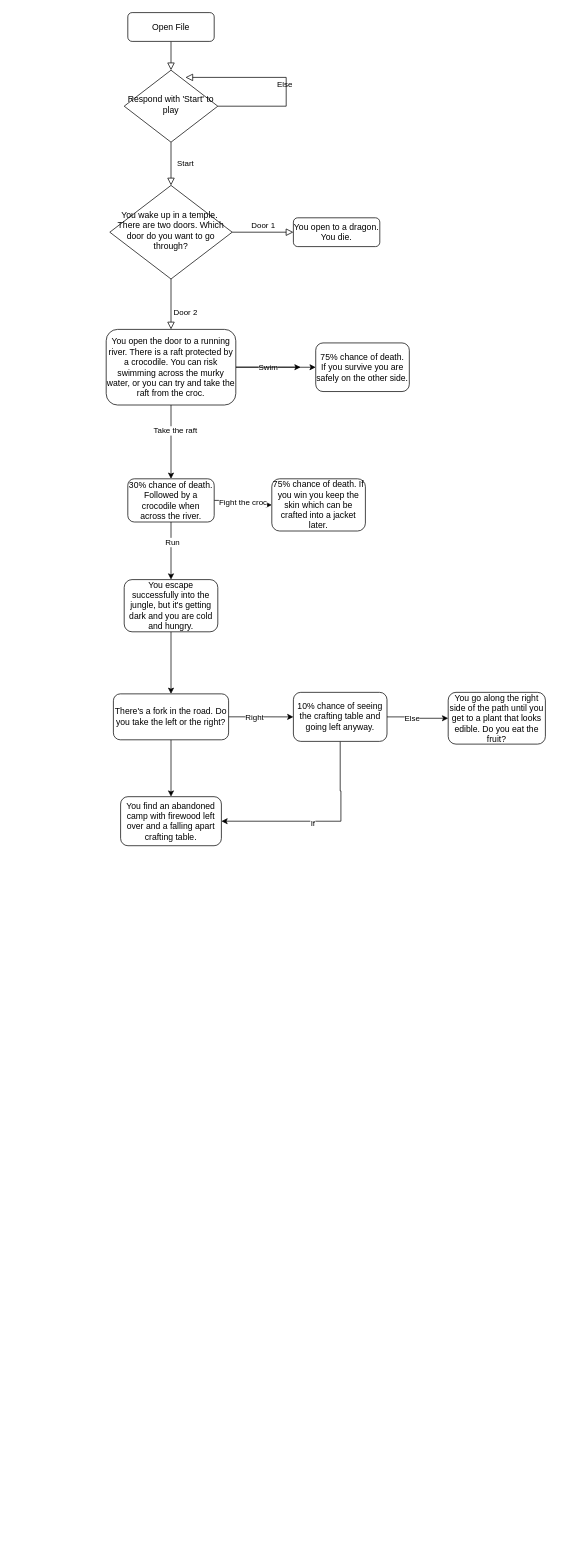
This is Untitled Diagram.drawio from mynameiskali/damorphh, a draw.io file, before an edit. Source tidied: cells renumbered, new cells numbered last; positions are measured from the earlier drawing's top-left corner, leaving out a move shared by most shapes. Both pictures are drawn from the tidied source at 72%, with x=0, y=0 at pixel (106, 12).
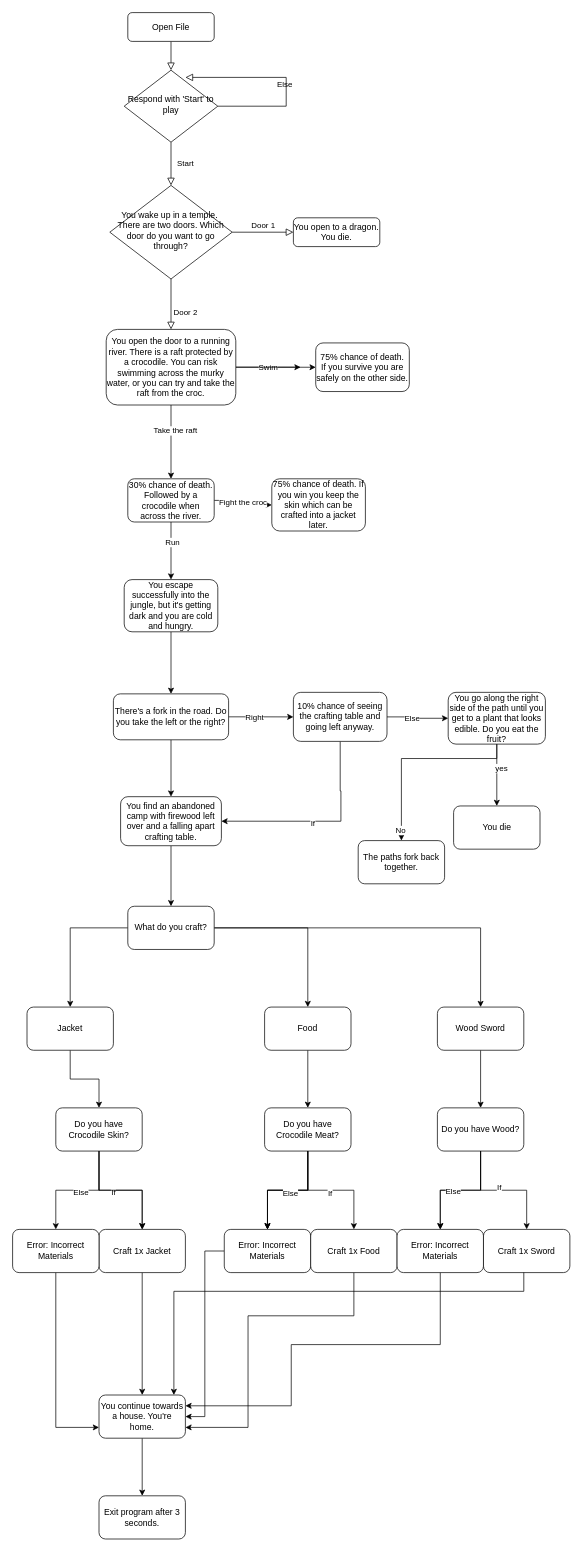
The same page after the edit.

Commit message:
Planning - Coding Class - Finished

Unchanged cells that the change refers to:
```xml
<mxCell id="33" value="You go along the right side of the path until you get to a plant that looks edible. Do you eat the fruit?" style="whiteSpace=wrap;html=1;rounded=1;glass=0;strokeWidth=1;shadow=0;" parent="1" vertex="1">
  <mxGeometry x="475" y="944.1" width="135" height="71.9" as="geometry" />
</mxCell>
<mxCell id="34" value="You find an abandoned camp with firewood left over and a falling apart crafting table." style="whiteSpace=wrap;html=1;rounded=1;glass=0;strokeWidth=1;shadow=0;" parent="1" vertex="1">
  <mxGeometry x="20" y="1089" width="140" height="68.1" as="geometry" />
</mxCell>
```

Diff of the diagram source:
```diff
@@
+    <mxCell id="35" style="edgeStyle=orthogonalEdgeStyle;rounded=0;jettySize=auto;html=1;" parent="1" edge="1" source="33" target="40">
+      <mxGeometry relative="1" as="geometry" />
+    </mxCell>
+    <mxCell id="36" value="yes" style="edgeLabel;html=1;align=center;verticalAlign=middle;" parent="35" vertex="1">
+      <mxGeometry x="-0.23" y="6" relative="1" as="geometry" />
+    </mxCell>
+    <mxCell id="37" style="edgeStyle=orthogonalEdgeStyle;rounded=0;jettySize=auto;html=1;" parent="1" edge="1" source="33" target="41">
+      <mxGeometry relative="1" as="geometry">
+        <Array as="points">
+          <mxPoint x="543" y="1036" />
+        </Array>
+      </mxGeometry>
+    </mxCell>
+    <mxCell id="38" value="No" style="edgeLabel;html=1;align=center;verticalAlign=middle;" parent="37" vertex="1">
+      <mxGeometry x="0.9" y="-2" relative="1" as="geometry">
+        <mxPoint y="-1" as="offset" />
+      </mxGeometry>
+    </mxCell>
@@
+    <mxCell id="39" style="edgeStyle=orthogonalEdgeStyle;rounded=0;jettySize=auto;html=1;" parent="1" edge="1" source="34" target="45">
+      <mxGeometry relative="1" as="geometry" />
+    </mxCell>
@@
+    <mxCell id="40" value="You die" style="whiteSpace=wrap;html=1;rounded=1;glass=0;strokeWidth=1;shadow=0;" parent="1" vertex="1">
+      <mxGeometry x="482.5" y="1101.9" width="120" height="60" as="geometry" />
+    </mxCell>
+    <mxCell id="41" value="The paths fork back together." style="rounded=1;whiteSpace=wrap;html=1;" parent="1" vertex="1">
+      <mxGeometry x="350" y="1150" width="120" height="60" as="geometry" />
+    </mxCell>
+    <mxCell id="42" style="edgeStyle=orthogonalEdgeStyle;rounded=0;jettySize=auto;html=1;" parent="1" edge="1" source="45" target="47">
+      <mxGeometry relative="1" as="geometry" />
+    </mxCell>
+    <mxCell id="43" style="edgeStyle=orthogonalEdgeStyle;rounded=0;jettySize=auto;html=1;" parent="1" edge="1" source="45" target="49">
+      <mxGeometry relative="1" as="geometry" />
+    </mxCell>
+    <mxCell id="44" style="edgeStyle=orthogonalEdgeStyle;rounded=0;jettySize=auto;html=1;" parent="1" edge="1" source="45" target="51">
+      <mxGeometry relative="1" as="geometry" />
+    </mxCell>
+    <mxCell id="45" value="What do you craft?" style="whiteSpace=wrap;html=1;rounded=1;glass=0;strokeWidth=1;shadow=0;" parent="1" vertex="1">
+      <mxGeometry x="30" y="1241.2" width="120" height="60" as="geometry" />
+    </mxCell>
+    <mxCell id="46" style="edgeStyle=orthogonalEdgeStyle;rounded=0;jettySize=auto;html=1;" parent="1" edge="1" source="47" target="57">
+      <mxGeometry relative="1" as="geometry" />
+    </mxCell>
+    <mxCell id="47" value="Jacket" style="whiteSpace=wrap;html=1;rounded=1;glass=0;strokeWidth=1;shadow=0;" parent="1" vertex="1">
+      <mxGeometry x="-110" y="1381.2" width="120" height="60" as="geometry" />
+    </mxCell>
+    <mxCell id="48" style="edgeStyle=orthogonalEdgeStyle;rounded=0;jettySize=auto;html=1;" parent="1" edge="1" source="49" target="64">
+      <mxGeometry relative="1" as="geometry" />
+    </mxCell>
+    <mxCell id="49" value="Food" style="whiteSpace=wrap;html=1;rounded=1;glass=0;strokeWidth=1;shadow=0;" parent="1" vertex="1">
+      <mxGeometry x="220" y="1381.2" width="120" height="60" as="geometry" />
+    </mxCell>
+    <mxCell id="50" style="edgeStyle=orthogonalEdgeStyle;rounded=0;jettySize=auto;html=1;" parent="1" edge="1" source="51" target="70">
+      <mxGeometry relative="1" as="geometry" />
+    </mxCell>
+    <mxCell id="51" value="Wood Sword" style="whiteSpace=wrap;html=1;rounded=1;glass=0;strokeWidth=1;shadow=0;" parent="1" vertex="1">
+      <mxGeometry x="460" y="1381.2" width="120" height="60" as="geometry" />
+    </mxCell>
+    <mxCell id="52" style="edgeStyle=orthogonalEdgeStyle;rounded=0;jettySize=auto;html=1;" parent="1" edge="1" source="57" target="72">
+      <mxGeometry relative="1" as="geometry" />
+    </mxCell>
+    <mxCell id="53" value="If" style="edgeLabel;html=1;align=center;verticalAlign=middle;" parent="52" vertex="1">
+      <mxGeometry x="-0.12" y="-3" relative="1" as="geometry" />
+    </mxCell>
+    <mxCell id="54" style="edgeStyle=orthogonalEdgeStyle;rounded=0;jettySize=auto;html=1;" parent="1" edge="1" source="57" target="72">
+      <mxGeometry relative="1" as="geometry" />
+    </mxCell>
+    <mxCell id="55" style="edgeStyle=orthogonalEdgeStyle;rounded=0;jettySize=auto;html=1;" parent="1" edge="1" source="57" target="74">
+      <mxGeometry relative="1" as="geometry" />
+    </mxCell>
+    <mxCell id="56" value="Else" style="edgeLabel;html=1;align=center;verticalAlign=middle;" parent="55" vertex="1">
+      <mxGeometry x="-0.05" y="3" relative="1" as="geometry" />
+    </mxCell>
+    <mxCell id="57" value="Do you have Crocodile Skin?" style="whiteSpace=wrap;html=1;rounded=1;glass=0;strokeWidth=1;shadow=0;" parent="1" vertex="1">
+      <mxGeometry x="-70" y="1521.2" width="120" height="60" as="geometry" />
+    </mxCell>
+    <mxCell id="58" style="edgeStyle=orthogonalEdgeStyle;rounded=0;jettySize=auto;html=1;" parent="1" edge="1" source="64" target="76">
+      <mxGeometry relative="1" as="geometry" />
+    </mxCell>
+    <mxCell id="59" style="edgeStyle=orthogonalEdgeStyle;rounded=0;jettySize=auto;html=1;" parent="1" edge="1" source="64" target="76">
+      <mxGeometry relative="1" as="geometry" />
+    </mxCell>
+    <mxCell id="60" style="edgeStyle=orthogonalEdgeStyle;rounded=0;jettySize=auto;html=1;" parent="1" edge="1" source="64" target="76">
+      <mxGeometry relative="1" as="geometry" />
+    </mxCell>
+    <mxCell id="61" value="Else" style="edgeLabel;html=1;align=center;verticalAlign=middle;" parent="60" vertex="1">
+      <mxGeometry x="-0.04" y="4" relative="1" as="geometry" />
+    </mxCell>
+    <mxCell id="62" style="edgeStyle=orthogonalEdgeStyle;rounded=0;jettySize=auto;html=1;" parent="1" edge="1" source="64" target="78">
+      <mxGeometry relative="1" as="geometry" />
+    </mxCell>
+    <mxCell id="63" value="If" style="edgeLabel;html=1;align=center;verticalAlign=middle;" parent="62" vertex="1">
+      <mxGeometry x="-0.02" y="-4" relative="1" as="geometry" />
+    </mxCell>
+    <mxCell id="64" value="Do you have Crocodile Meat?" style="whiteSpace=wrap;html=1;rounded=1;glass=0;strokeWidth=1;shadow=0;" parent="1" vertex="1">
+      <mxGeometry x="220" y="1521.2" width="120" height="60" as="geometry" />
+    </mxCell>
+    <mxCell id="65" style="edgeStyle=orthogonalEdgeStyle;rounded=0;jettySize=auto;html=1;" parent="1" edge="1" source="70" target="80">
+      <mxGeometry relative="1" as="geometry" />
+    </mxCell>
+    <mxCell id="66" style="edgeStyle=orthogonalEdgeStyle;rounded=0;jettySize=auto;html=1;" parent="1" edge="1" source="70" target="80">
+      <mxGeometry relative="1" as="geometry" />
+    </mxCell>
+    <mxCell id="67" value="Else" style="edgeLabel;html=1;align=center;verticalAlign=middle;" parent="66" vertex="1">
+      <mxGeometry x="0.13" y="2" relative="1" as="geometry" />
+    </mxCell>
+    <mxCell id="68" style="edgeStyle=orthogonalEdgeStyle;rounded=0;jettySize=auto;html=1;" parent="1" edge="1" source="70" target="82">
+      <mxGeometry relative="1" as="geometry" />
+    </mxCell>
+    <mxCell id="69" value="If" style="edgeLabel;html=1;align=center;verticalAlign=middle;" parent="68" vertex="1">
+      <mxGeometry x="-0.07" y="4" relative="1" as="geometry" />
+    </mxCell>
+    <mxCell id="70" value="Do you have Wood?" style="whiteSpace=wrap;html=1;rounded=1;glass=0;strokeWidth=1;shadow=0;" parent="1" vertex="1">
+      <mxGeometry x="460" y="1521.2" width="120" height="60" as="geometry" />
+    </mxCell>
+    <mxCell id="71" style="edgeStyle=orthogonalEdgeStyle;rounded=0;jettySize=auto;html=1;entryX=0.5;entryY=0;entryDx=0;entryDy=0;" parent="1" edge="1" source="72" target="84">
+      <mxGeometry relative="1" as="geometry" />
+    </mxCell>
+    <mxCell id="72" value="Craft 1x Jacket" style="whiteSpace=wrap;html=1;rounded=1;glass=0;strokeWidth=1;shadow=0;" parent="1" vertex="1">
+      <mxGeometry x="-10" y="1690" width="120" height="60" as="geometry" />
+    </mxCell>
+    <mxCell id="73" style="edgeStyle=orthogonalEdgeStyle;rounded=0;jettySize=auto;html=1;entryX=0;entryY=0.75;entryDx=0;entryDy=0;" parent="1" edge="1" source="74" target="84">
+      <mxGeometry relative="1" as="geometry" />
+    </mxCell>
+    <mxCell id="74" value="Error: Incorrect Materials" style="whiteSpace=wrap;html=1;rounded=1;glass=0;strokeWidth=1;shadow=0;" parent="1" vertex="1">
+      <mxGeometry x="-130" y="1690" width="120" height="60" as="geometry" />
+    </mxCell>
+    <mxCell id="75" style="edgeStyle=orthogonalEdgeStyle;rounded=0;jettySize=auto;html=1;entryX=1;entryY=0.5;entryDx=0;entryDy=0;" parent="1" edge="1" source="76" target="84">
+      <mxGeometry relative="1" as="geometry" />
+    </mxCell>
+    <mxCell id="76" value="Error: Incorrect Materials" style="whiteSpace=wrap;html=1;rounded=1;glass=0;strokeWidth=1;shadow=0;" parent="1" vertex="1">
+      <mxGeometry x="164" y="1690" width="120" height="60" as="geometry" />
+    </mxCell>
+    <mxCell id="77" style="edgeStyle=orthogonalEdgeStyle;rounded=0;jettySize=auto;html=1;entryX=1;entryY=0.75;entryDx=0;entryDy=0;" parent="1" edge="1" source="78" target="84">
+      <mxGeometry relative="1" as="geometry">
+        <Array as="points">
+          <mxPoint x="344" y="1810" />
+          <mxPoint x="197" y="1810" />
+          <mxPoint x="197" y="1965" />
+        </Array>
+      </mxGeometry>
+    </mxCell>
+    <mxCell id="78" value="Craft 1x Food" style="whiteSpace=wrap;html=1;rounded=1;glass=0;strokeWidth=1;shadow=0;" parent="1" vertex="1">
+      <mxGeometry x="284" y="1690" width="120" height="60" as="geometry" />
+    </mxCell>
+    <mxCell id="79" style="edgeStyle=orthogonalEdgeStyle;rounded=0;jettySize=auto;html=1;entryX=1;entryY=0.25;entryDx=0;entryDy=0;" parent="1" edge="1" source="80" target="84">
+      <mxGeometry relative="1" as="geometry">
+        <Array as="points">
+          <mxPoint x="464" y="1850" />
+          <mxPoint x="257" y="1850" />
+          <mxPoint x="257" y="1935" />
+        </Array>
+      </mxGeometry>
+    </mxCell>
+    <mxCell id="80" value="Error: Incorrect Materials" style="whiteSpace=wrap;html=1;rounded=1;glass=0;strokeWidth=1;shadow=0;" parent="1" vertex="1">
+      <mxGeometry x="404" y="1690" width="120" height="60" as="geometry" />
+    </mxCell>
+    <mxCell id="81" style="edgeStyle=orthogonalEdgeStyle;rounded=0;orthogonalLoop=1;jettySize=auto;html=1;entryX=0.9;entryY=0.067;entryDx=0;entryDy=0;entryPerimeter=0;" parent="1" edge="1">
+      <mxGeometry relative="1" as="geometry">
+        <mxPoint x="580" y="1746" as="sourcePoint" />
+        <mxPoint x="94" y="1920" as="targetPoint" />
+        <Array as="points">
+          <mxPoint x="580" y="1776" />
+          <mxPoint x="94" y="1776" />
+        </Array>
+      </mxGeometry>
+    </mxCell>
+    <mxCell id="82" value="Craft 1x Sword" style="whiteSpace=wrap;html=1;rounded=1;glass=0;strokeWidth=1;shadow=0;" parent="1" vertex="1">
+      <mxGeometry x="524" y="1690" width="120" height="60" as="geometry" />
+    </mxCell>
+    <mxCell id="83" style="edgeStyle=orthogonalEdgeStyle;rounded=0;jettySize=auto;html=1;" parent="1" edge="1" source="84" target="85">
+      <mxGeometry relative="1" as="geometry" />
+    </mxCell>
+    <mxCell id="84" value="You continue towards a house. You're home." style="rounded=1;whiteSpace=wrap;html=1;" parent="1" vertex="1">
+      <mxGeometry x="-10" y="1920" width="120" height="60" as="geometry" />
+    </mxCell>
+    <mxCell id="85" value="Exit program after 3 seconds." style="whiteSpace=wrap;html=1;rounded=1;" parent="1" vertex="1">
+      <mxGeometry x="-10" y="2060" width="120" height="60" as="geometry" />
+    </mxCell>
```
